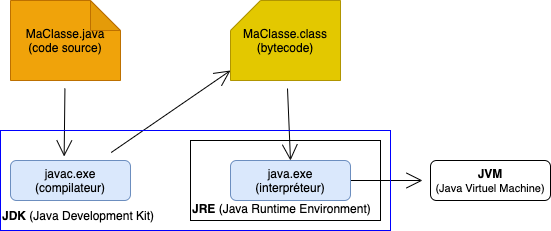
Before: img/java_compilation_scheme.drawio.png, a diagram exported from draw.io (gbobeff/CNAM_INF330_programation_avancee). Source tidied: cells renumbered, new cells last; positions are measured from the earlier drawing's top-left corner, leaving out a move shared by most shapes. Source of this version:
```xml
<mxGraphModel>
  <root>
    <mxCell id="0" />
    <mxCell id="1" parent="0" />
    <mxCell id="2" style="edgeStyle=none;curved=1;rounded=0;jettySize=auto;html=1;entryX=0.5;entryY=0;entryDx=0;entryDy=0;endArrow=open;startSize=14;endSize=14;sourcePerimeterSpacing=8;targetPerimeterSpacing=8;" parent="1" edge="1" source="3" target="12">
      <mxGeometry relative="1" as="geometry" />
    </mxCell>
    <mxCell id="3" value="MaClasse.class&lt;br&gt;(bytecode)" style="shape=card;whiteSpace=wrap;html=1;hachureGap=4;fillColor=#e3c800;strokeColor=#B09500;fontColor=#000000;" parent="1" vertex="1">
      <mxGeometry x="230" width="110" height="80" as="geometry" />
    </mxCell>
    <mxCell id="4" style="edgeStyle=none;curved=1;rounded=0;jettySize=auto;html=1;entryX=0;entryY=0;entryDx=0;entryDy=70;entryPerimeter=0;endArrow=open;startSize=14;endSize=14;sourcePerimeterSpacing=8;targetPerimeterSpacing=8;" parent="1" edge="1" source="5" target="3">
      <mxGeometry relative="1" as="geometry" />
    </mxCell>
    <mxCell id="5" value="javac.exe&lt;br&gt;(compilateur)" style="rounded=1;whiteSpace=wrap;html=1;hachureGap=4;fillColor=#dae8fc;strokeColor=#6c8ebf;" parent="1" vertex="1">
      <mxGeometry x="10" y="160" width="120" height="40" as="geometry" />
    </mxCell>
    <mxCell id="6" style="edgeStyle=none;rounded=0;jettySize=auto;html=1;entryX=0.447;entryY=-0.1;entryDx=0;entryDy=0;entryPerimeter=0;endArrow=open;startSize=14;endSize=14;sourcePerimeterSpacing=8;targetPerimeterSpacing=8;" parent="1" edge="1" source="7" target="5">
      <mxGeometry relative="1" as="geometry" />
    </mxCell>
    <mxCell id="7" value="&lt;span&gt;MaClasse.java&lt;br&gt;(code source)&lt;br&gt;&lt;/span&gt;" style="shape=note;whiteSpace=wrap;html=1;backgroundOutline=1;darkOpacity=0.05;hachureGap=4;fillColor=#f0a30a;strokeColor=#BD7000;fontColor=#000000;" parent="1" vertex="1">
      <mxGeometry x="10" width="110" height="80" as="geometry" />
    </mxCell>
    <mxCell id="8" style="edgeStyle=none;curved=1;rounded=0;jettySize=auto;html=1;exitX=1;exitY=0.5;exitDx=0;exitDy=0;endArrow=open;startSize=14;endSize=14;sourcePerimeterSpacing=8;targetPerimeterSpacing=8;" parent="1" edge="1" source="12" target="9">
      <mxGeometry relative="1" as="geometry" />
    </mxCell>
    <mxCell id="9" value="&lt;b&gt;JVM&lt;/b&gt;&lt;br&gt;&lt;font style=&quot;font-size: 11px&quot;&gt;(Java Virtuel Machine)&lt;/font&gt;" style="rounded=1;whiteSpace=wrap;html=1;hachureGap=4;" parent="1" vertex="1">
      <mxGeometry x="430" y="160" width="120" height="40" as="geometry" />
    </mxCell>
    <mxCell id="10" value="&lt;br&gt;&lt;br&gt;&lt;br&gt;&lt;br&gt;&lt;div&gt;&lt;b&gt;JRE&lt;/b&gt; (Java Runtime Environment)&lt;/div&gt;" style="rounded=0;whiteSpace=wrap;html=1;hachureGap=4;fillColor=none;align=left;" parent="1" vertex="1">
      <mxGeometry x="190" y="140" width="190" height="80" as="geometry" />
    </mxCell>
    <mxCell id="11" value="&lt;br&gt;&lt;br&gt;&lt;br&gt;&lt;br&gt;&lt;br&gt;&lt;div&gt;&lt;b&gt;JDK&lt;/b&gt; (Java Development Kit)&lt;/div&gt;" style="rounded=0;whiteSpace=wrap;html=1;hachureGap=4;fillColor=none;align=left;strokeColor=#0000FF;" parent="1" vertex="1">
      <mxGeometry y="130" width="390" height="100" as="geometry" />
    </mxCell>
    <mxCell id="12" value="java.exe&lt;br&gt;(interpréteur)" style="rounded=1;whiteSpace=wrap;html=1;hachureGap=4;fillColor=#dae8fc;strokeColor=#6c8ebf;" parent="1" vertex="1">
      <mxGeometry x="230" y="160" width="120" height="40" as="geometry" />
    </mxCell>
  </root>
</mxGraphModel>
```
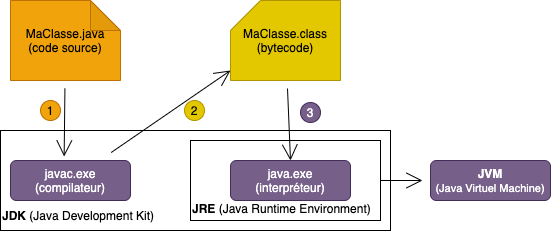
After the commit.

What changed in the source:
```diff
@@ -2,16 +2,16 @@
   <root>
     <mxCell id="0" />
     <mxCell id="1" parent="0" />
-    <mxCell id="2" style="edgeStyle=none;curved=1;rounded=0;jettySize=auto;html=1;entryX=0.5;entryY=0;entryDx=0;entryDy=0;endArrow=open;startSize=14;endSize=14;sourcePerimeterSpacing=8;targetPerimeterSpacing=8;" parent="1" edge="1" source="3" target="12">
-      <mxGeometry relative="1" as="geometry" />
-    </mxCell>
+    <mxCell id="11" value="&lt;br&gt;&lt;br&gt;&lt;br&gt;&lt;br&gt;&lt;br&gt;&lt;div&gt;&lt;b&gt;JDK&lt;/b&gt; (Java Development Kit)&lt;/div&gt;" style="rounded=0;whiteSpace=wrap;html=1;hachureGap=4;fillColor=default;align=left;strokeColor=#000000;" parent="1" vertex="1">
+      <mxGeometry y="130" width="390" height="100" as="geometry" />
+    </mxCell>
     <mxCell id="3" value="MaClasse.class&lt;br&gt;(bytecode)" style="shape=card;whiteSpace=wrap;html=1;hachureGap=4;fillColor=#e3c800;strokeColor=#B09500;fontColor=#000000;" parent="1" vertex="1">
       <mxGeometry x="230" width="110" height="80" as="geometry" />
     </mxCell>
     <mxCell id="4" style="edgeStyle=none;curved=1;rounded=0;jettySize=auto;html=1;entryX=0;entryY=0;entryDx=0;entryDy=70;entryPerimeter=0;endArrow=open;startSize=14;endSize=14;sourcePerimeterSpacing=8;targetPerimeterSpacing=8;" parent="1" edge="1" source="5" target="3">
       <mxGeometry relative="1" as="geometry" />
     </mxCell>
-    <mxCell id="5" value="javac.exe&lt;br&gt;(compilateur)" style="rounded=1;whiteSpace=wrap;html=1;hachureGap=4;fillColor=#dae8fc;strokeColor=#6c8ebf;" parent="1" vertex="1">
+    <mxCell id="5" value="javac.exe&lt;br&gt;(compilateur)" style="rounded=1;whiteSpace=wrap;html=1;hachureGap=4;fillColor=#76608a;strokeColor=#432D57;fontColor=#ffffff;" parent="1" vertex="1">
       <mxGeometry x="10" y="160" width="120" height="40" as="geometry" />
     </mxCell>
     <mxCell id="6" style="edgeStyle=none;rounded=0;jettySize=auto;html=1;entryX=0.447;entryY=-0.1;entryDx=0;entryDy=0;entryPerimeter=0;endArrow=open;startSize=14;endSize=14;sourcePerimeterSpacing=8;targetPerimeterSpacing=8;" parent="1" edge="1" source="7" target="5">
@@ -23,17 +23,26 @@
     <mxCell id="8" style="edgeStyle=none;curved=1;rounded=0;jettySize=auto;html=1;exitX=1;exitY=0.5;exitDx=0;exitDy=0;endArrow=open;startSize=14;endSize=14;sourcePerimeterSpacing=8;targetPerimeterSpacing=8;" parent="1" edge="1" source="12" target="9">
       <mxGeometry relative="1" as="geometry" />
     </mxCell>
-    <mxCell id="9" value="&lt;b&gt;JVM&lt;/b&gt;&lt;br&gt;&lt;font style=&quot;font-size: 11px&quot;&gt;(Java Virtuel Machine)&lt;/font&gt;" style="rounded=1;whiteSpace=wrap;html=1;hachureGap=4;" parent="1" vertex="1">
+    <mxCell id="9" value="&lt;b&gt;JVM&lt;/b&gt;&lt;br&gt;&lt;font style=&quot;font-size: 11px&quot;&gt;(Java Virtuel Machine)&lt;/font&gt;" style="rounded=1;whiteSpace=wrap;html=1;hachureGap=4;fillColor=#76608a;strokeColor=#432D57;fontColor=#ffffff;" parent="1" vertex="1">
       <mxGeometry x="430" y="160" width="120" height="40" as="geometry" />
     </mxCell>
-    <mxCell id="10" value="&lt;br&gt;&lt;br&gt;&lt;br&gt;&lt;br&gt;&lt;div&gt;&lt;b&gt;JRE&lt;/b&gt; (Java Runtime Environment)&lt;/div&gt;" style="rounded=0;whiteSpace=wrap;html=1;hachureGap=4;fillColor=none;align=left;" parent="1" vertex="1">
+    <mxCell id="10" value="&lt;br&gt;&lt;br&gt;&lt;br&gt;&lt;br&gt;&lt;div&gt;&lt;b&gt;JRE&lt;/b&gt; (Java Runtime Environment)&lt;/div&gt;" style="rounded=0;whiteSpace=wrap;html=1;hachureGap=4;fillColor=default;align=left;" parent="1" vertex="1">
       <mxGeometry x="190" y="140" width="190" height="80" as="geometry" />
     </mxCell>
-    <mxCell id="11" value="&lt;br&gt;&lt;br&gt;&lt;br&gt;&lt;br&gt;&lt;br&gt;&lt;div&gt;&lt;b&gt;JDK&lt;/b&gt; (Java Development Kit)&lt;/div&gt;" style="rounded=0;whiteSpace=wrap;html=1;hachureGap=4;fillColor=none;align=left;strokeColor=#0000FF;" parent="1" vertex="1">
-      <mxGeometry y="130" width="390" height="100" as="geometry" />
-    </mxCell>
-    <mxCell id="12" value="java.exe&lt;br&gt;(interpréteur)" style="rounded=1;whiteSpace=wrap;html=1;hachureGap=4;fillColor=#dae8fc;strokeColor=#6c8ebf;" parent="1" vertex="1">
+    <mxCell id="12" value="java.exe&lt;br&gt;(interpréteur)" style="rounded=1;whiteSpace=wrap;html=1;hachureGap=4;fillColor=#76608a;strokeColor=#432D57;fontColor=#ffffff;" parent="1" vertex="1">
       <mxGeometry x="230" y="160" width="120" height="40" as="geometry" />
     </mxCell>
+    <mxCell id="2" style="edgeStyle=none;curved=1;rounded=0;jettySize=auto;html=1;entryX=0.5;entryY=0;entryDx=0;entryDy=0;endArrow=open;startSize=14;endSize=14;sourcePerimeterSpacing=8;targetPerimeterSpacing=8;" parent="1" edge="1" source="3" target="12">
+      <mxGeometry relative="1" as="geometry" />
+    </mxCell>
+    <mxCell id="13" value="1" style="ellipse;whiteSpace=wrap;html=1;hachureGap=4;strokeColor=#BD7000;fillColor=#f0a30a;fontColor=#000000;" parent="1" vertex="1">
+      <mxGeometry x="40" y="100" width="20" height="20" as="geometry" />
+    </mxCell>
+    <mxCell id="14" value="2" style="ellipse;whiteSpace=wrap;html=1;hachureGap=4;strokeColor=#B09500;fillColor=#e3c800;fontColor=#000000;" parent="1" vertex="1">
+      <mxGeometry x="184" y="100" width="20" height="20" as="geometry" />
+    </mxCell>
+    <mxCell id="15" value="3" style="ellipse;whiteSpace=wrap;html=1;hachureGap=4;strokeColor=#432D57;fillColor=#76608a;fontColor=#ffffff;" parent="1" vertex="1">
+      <mxGeometry x="300" y="102" width="20" height="20" as="geometry" />
+    </mxCell>
   </root>
 </mxGraphModel>
```
